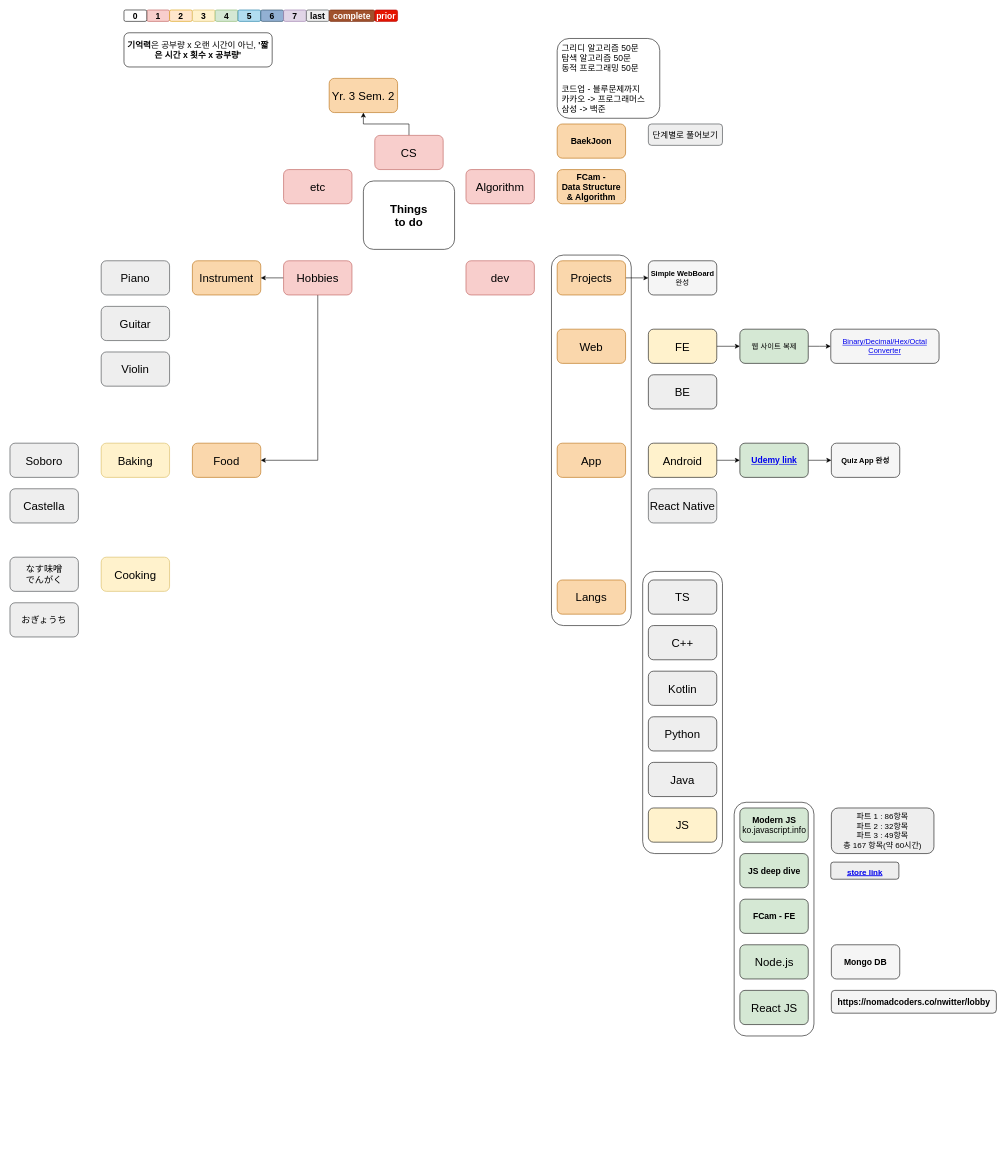
Before: page "Main" (1 of 2) of plan_mapping.drawio in Deanioche/Deanioche, a draw.io diagram. Source tidied: cells renumbered, new cells numbered last; positions are measured from the earlier drawing's top-left corner, leaving out a move shared by most shapes. Both pictures are drawn from the tidied source at 57%, with x=0, y=0 at pixel (10, 10).
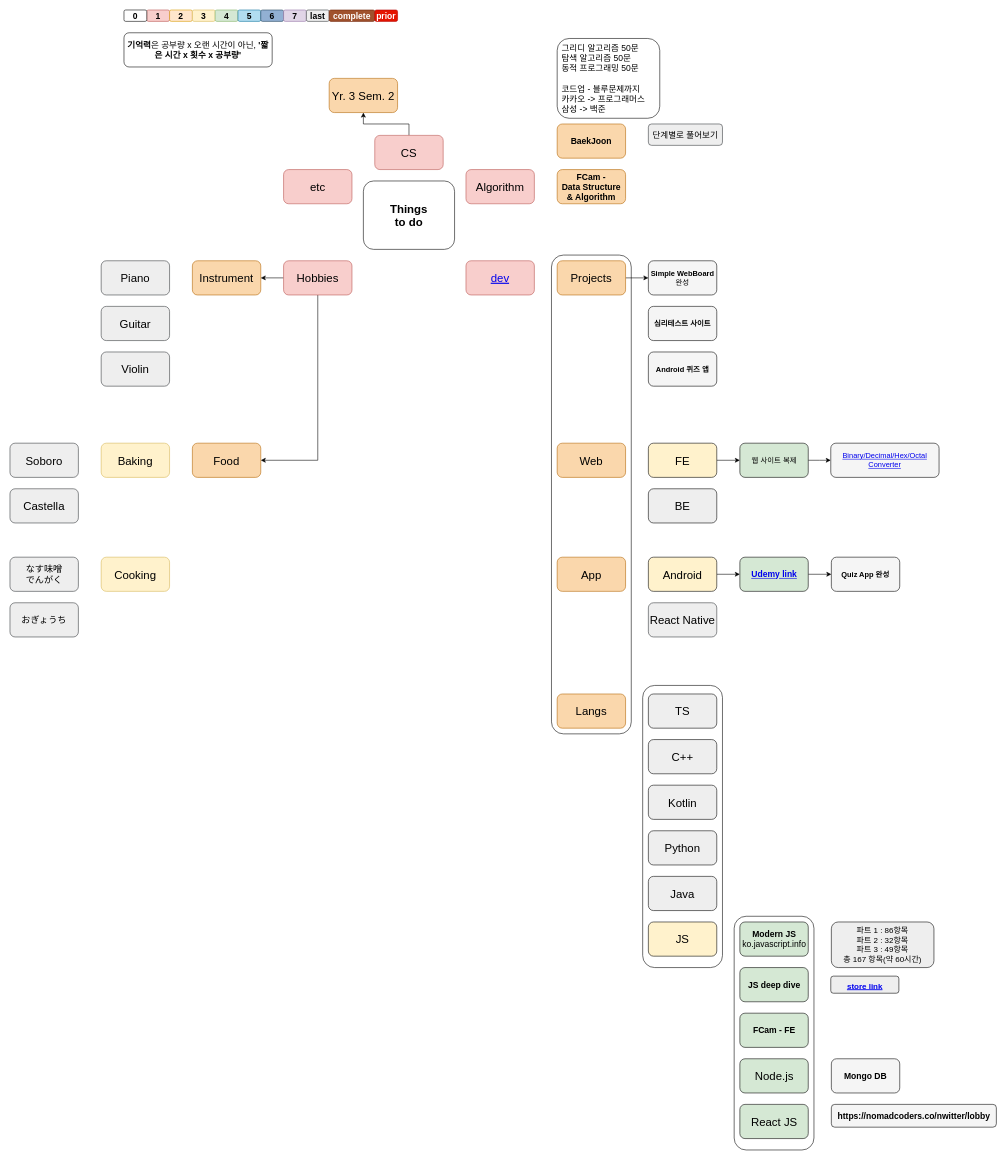
After the change.

Diff of the diagram source:
```diff
@@
     <mxCell id="2" style="rounded=1;whiteSpace=wrap;html=1;labelBackgroundColor=none;fontSize=14;align=center;fillColor=#FFFFFF70;strokeColor=default;fontColor=default;" parent="1" vertex="1">
-      <mxGeometry x="950" y="430" width="140" height="650" as="geometry" />
+      <mxGeometry x="950" y="430" width="140" height="840" as="geometry" />
     </mxCell>
     <mxCell id="3" style="rounded=1;whiteSpace=wrap;html=1;labelBackgroundColor=none;fontSize=14;align=center;fillColor=#FFFFFF70;strokeColor=default;fontColor=default;" parent="1" vertex="1">
-      <mxGeometry x="1270.5" y="1390" width="140" height="410" as="geometry" />
+      <mxGeometry x="1270.5" y="1590" width="140" height="410" as="geometry" />
     </mxCell>
     <mxCell id="4" style="rounded=1;whiteSpace=wrap;html=1;labelBackgroundColor=none;fontSize=14;align=center;fillColor=#FFFFFF70;strokeColor=default;fontColor=default;" parent="1" vertex="1">
-      <mxGeometry x="1110" y="985" width="140" height="495" as="geometry" />
+      <mxGeometry x="1110" y="1185" width="140" height="495" as="geometry" />
     </mxCell>
@@
-    <mxCell id="9" value="dev" style="rounded=1;whiteSpace=wrap;html=1;fontSize=20;fillColor=#f8cecc;strokeColor=#b85450;labelBackgroundColor=none;fontColor=default;" parent="1" vertex="1">
+    <mxCell id="9" value="&lt;a href=&quot;data:page/id,D0D2coKZfy0opmKFlSgS&quot;&gt;dev&lt;/a&gt;" style="rounded=1;whiteSpace=wrap;html=1;fontSize=20;fillColor=#f8cecc;strokeColor=#b85450;labelBackgroundColor=none;fontColor=default;" parent="1" vertex="1">
       <mxGeometry x="800" y="440" width="120" height="60" as="geometry" />
     </mxCell>
     <mxCell id="10" value="App" style="rounded=1;whiteSpace=wrap;html=1;fontSize=20;fillColor=#fad7ac;strokeColor=#b46504;labelBackgroundColor=none;fontColor=default;" parent="1" vertex="1">
-      <mxGeometry x="960" y="760" width="120" height="60" as="geometry" />
+      <mxGeometry x="960" y="960" width="120" height="60" as="geometry" />
     </mxCell>
@@
     <mxCell id="15" value="Web" style="rounded=1;whiteSpace=wrap;html=1;fontSize=20;fillColor=#fad7ac;strokeColor=#b46504;labelBackgroundColor=none;fontColor=default;" parent="1" vertex="1">
-      <mxGeometry x="960" y="560" width="120" height="60" as="geometry" />
+      <mxGeometry x="960" y="760" width="120" height="60" as="geometry" />
     </mxCell>
@@
     <mxCell id="21" value="JS" style="rounded=1;whiteSpace=wrap;html=1;fontSize=20;fillColor=#fff2cc;strokeColor=default;fontColor=default;labelBackgroundColor=none;" parent="1" vertex="1">
-      <mxGeometry x="1120" y="1400" width="120" height="60" as="geometry" />
+      <mxGeometry x="1120" y="1600" width="120" height="60" as="geometry" />
     </mxCell>
     <mxCell id="22" value="Python" style="rounded=1;whiteSpace=wrap;html=1;fontSize=20;fillColor=#eeeeee;strokeColor=default;fontColor=default;labelBackgroundColor=none;" parent="1" vertex="1">
-      <mxGeometry x="1120" y="1240" width="120" height="60" as="geometry" />
+      <mxGeometry x="1120" y="1440" width="120" height="60" as="geometry" />
     </mxCell>
     <mxCell id="23" value="Kotlin" style="rounded=1;whiteSpace=wrap;html=1;fontSize=20;fillColor=#eeeeee;strokeColor=default;fontColor=default;labelBackgroundColor=none;" parent="1" vertex="1">
-      <mxGeometry x="1120" y="1160" width="120" height="60" as="geometry" />
+      <mxGeometry x="1120" y="1360" width="120" height="60" as="geometry" />
     </mxCell>
     <mxCell id="24" value="TS" style="rounded=1;whiteSpace=wrap;html=1;fontSize=20;fillColor=#eeeeee;strokeColor=default;fontColor=default;labelBackgroundColor=none;" parent="1" vertex="1">
-      <mxGeometry x="1120" y="1000" width="120" height="60" as="geometry" />
+      <mxGeometry x="1120" y="1200" width="120" height="60" as="geometry" />
     </mxCell>
     <mxCell id="25" value="Java" style="rounded=1;whiteSpace=wrap;html=1;fontSize=20;fillColor=#eeeeee;strokeColor=default;fontColor=default;labelBackgroundColor=none;" parent="1" vertex="1">
-      <mxGeometry x="1120" y="1320" width="120" height="60" as="geometry" />
+      <mxGeometry x="1120" y="1520" width="120" height="60" as="geometry" />
     </mxCell>
     <mxCell id="26" value="C++" style="rounded=1;whiteSpace=wrap;html=1;fontSize=20;fillColor=#eeeeee;strokeColor=default;fontColor=default;labelBackgroundColor=none;" parent="1" vertex="1">
-      <mxGeometry x="1120" y="1080" width="120" height="60" as="geometry" />
+      <mxGeometry x="1120" y="1280" width="120" height="60" as="geometry" />
     </mxCell>
     <mxCell id="27" value="Langs" style="rounded=1;whiteSpace=wrap;html=1;fontSize=20;fillColor=#fad7ac;strokeColor=#b46504;labelBackgroundColor=none;fontColor=default;" parent="1" vertex="1">
-      <mxGeometry x="960" y="1000" width="120" height="60" as="geometry" />
+      <mxGeometry x="960" y="1200" width="120" height="60" as="geometry" />
     </mxCell>
@@
     <mxCell id="47" value="&lt;b&gt;Modern JS&lt;/b&gt;&lt;br style=&quot;font-size: 15px&quot;&gt;ko.javascript.info" style="rounded=1;whiteSpace=wrap;html=1;fontSize=15;strokeColor=default;fillColor=#d5e8d4;align=center;fontColor=default;labelBackgroundColor=none;" parent="1" vertex="1">
-      <mxGeometry x="1280.5" y="1400" width="120" height="60" as="geometry" />
+      <mxGeometry x="1280.5" y="1600" width="120" height="60" as="geometry" />
     </mxCell>
     <mxCell id="48" value="파트 1 : 86항목 &lt;br&gt;파트 2 : 32항목 &lt;br&gt;파트 3 : 49항목 &lt;br&gt;총 167 항목(약 60시간)" style="rounded=1;whiteSpace=wrap;html=1;fontSize=14;fillColor=#eeeeee;strokeColor=default;fontColor=default;labelBackgroundColor=none;" parent="1" vertex="1">
-      <mxGeometry x="1441" y="1400" width="180" height="80" as="geometry" />
+      <mxGeometry x="1441" y="1600" width="180" height="80" as="geometry" />
     </mxCell>
     <mxCell id="49" value="&lt;b&gt;JS deep dive&lt;/b&gt;" style="rounded=1;whiteSpace=wrap;html=1;fontSize=15;strokeColor=default;fillColor=#d5e8d4;align=center;fontColor=default;labelBackgroundColor=none;" parent="1" vertex="1">
-      <mxGeometry x="1280.5" y="1480" width="120" height="60" as="geometry" />
+      <mxGeometry x="1280.5" y="1680" width="120" height="60" as="geometry" />
     </mxCell>
     <mxCell id="50" value="&lt;div style=&quot;text-align: left&quot;&gt;&lt;span style=&quot;font-size: 14px&quot;&gt;&lt;a href=&quot;http://www.yes24.com/Product/Goods/92742567&quot;&gt;&lt;b&gt;&lt;u&gt;store link&lt;/u&gt;&lt;/b&gt;&lt;/a&gt;&lt;/span&gt;&lt;/div&gt;" style="rounded=1;whiteSpace=wrap;html=1;fontSize=20;fillColor=#eeeeee;strokeColor=default;fontColor=default;fontStyle=0;labelBackgroundColor=none;" parent="1" vertex="1">
-      <mxGeometry x="1440" y="1495" width="119.5" height="30" as="geometry" />
+      <mxGeometry x="1440" y="1695" width="119.5" height="30" as="geometry" />
     </mxCell>
     <mxCell id="51" value="&lt;b&gt;FCam - FE&lt;/b&gt;" style="rounded=1;whiteSpace=wrap;html=1;fontSize=15;strokeColor=default;fillColor=#d5e8d4;align=center;fontColor=default;labelBackgroundColor=none;" parent="1" vertex="1">
-      <mxGeometry x="1280.5" y="1560" width="120" height="60" as="geometry" />
+      <mxGeometry x="1280.5" y="1760" width="120" height="60" as="geometry" />
     </mxCell>
@@
     <mxCell id="53" value="Android" style="rounded=1;whiteSpace=wrap;html=1;fontSize=20;fillColor=#fff2cc;strokeColor=default;fontColor=default;labelBackgroundColor=none;" parent="1" vertex="1">
-      <mxGeometry x="1120" y="760" width="120" height="60" as="geometry" />
+      <mxGeometry x="1120" y="960" width="120" height="60" as="geometry" />
     </mxCell>
@@
     <mxCell id="55" value="FE" style="rounded=1;whiteSpace=wrap;html=1;fontSize=20;fillColor=#fff2cc;strokeColor=default;fontColor=default;labelBackgroundColor=none;" parent="1" vertex="1">
-      <mxGeometry x="1120" y="560" width="120" height="60" as="geometry" />
+      <mxGeometry x="1120" y="760" width="120" height="60" as="geometry" />
     </mxCell>
     <mxCell id="56" value="BE" style="rounded=1;whiteSpace=wrap;html=1;fontSize=20;fillColor=#eeeeee;strokeColor=default;fontColor=default;labelBackgroundColor=none;" parent="1" vertex="1">
-      <mxGeometry x="1120" y="640" width="120" height="60" as="geometry" />
+      <mxGeometry x="1120" y="840" width="120" height="60" as="geometry" />
     </mxCell>
@@
     <mxCell id="60" value="&lt;span style=&quot;font-size: 20px;&quot;&gt;Node.js&lt;/span&gt;" style="rounded=1;whiteSpace=wrap;html=1;labelBackgroundColor=none;fontSize=20;strokeColor=default;fillColor=#d5e8d4;align=center;fontColor=default;" parent="1" vertex="1">
-      <mxGeometry x="1280.5" y="1640" width="120" height="60" as="geometry" />
+      <mxGeometry x="1280.5" y="1840" width="120" height="60" as="geometry" />
     </mxCell>
@@
     <mxCell id="62" value="웹 사이트 복제" style="rounded=1;whiteSpace=wrap;html=1;labelBackgroundColor=none;fontSize=13;strokeColor=default;fillColor=#d5e8d4;align=center;fontColor=default;" parent="1" vertex="1">
-      <mxGeometry x="1280.5" y="560" width="120" height="60" as="geometry" />
+      <mxGeometry x="1280.5" y="760" width="120" height="60" as="geometry" />
     </mxCell>
     <mxCell id="63" value="&lt;a href=&quot;https://www.rapidtables.com/convert/number/hex-dec-bin-converter.html&quot;&gt;Binary/Decimal/Hex/Octal Converter&lt;/a&gt;" style="rounded=1;whiteSpace=wrap;html=1;labelBackgroundColor=none;fontSize=13;fontColor=default;strokeColor=default;fillColor=#f5f5f5;align=center;" parent="1" vertex="1">
-      <mxGeometry x="1440" y="560" width="190" height="60" as="geometry" />
+      <mxGeometry x="1440" y="760" width="190" height="60" as="geometry" />
     </mxCell>
     <mxCell id="64" value="&lt;b&gt;Mongo DB&lt;/b&gt;" style="rounded=1;whiteSpace=wrap;html=1;fontSize=15;strokeColor=default;fillColor=#f5f5f5;align=center;fontColor=default;labelBackgroundColor=none;" parent="1" vertex="1">
-      <mxGeometry x="1441" y="1640" width="120" height="60" as="geometry" />
+      <mxGeometry x="1441" y="1840" width="120" height="60" as="geometry" />
     </mxCell>
@@
     <mxCell id="66" value="&lt;a href=&quot;https://www.udemy.com/course/android-kotlin-developer/learn/lecture/17999093?start=1140#overview&quot;&gt;Udemy link&lt;/a&gt;" style="rounded=1;whiteSpace=wrap;html=1;fontSize=15;strokeColor=default;fillColor=#d5e8d4;align=center;fontStyle=1;fontColor=default;labelBackgroundColor=none;" parent="1" vertex="1">
-      <mxGeometry x="1280.5" y="760" width="120" height="60" as="geometry" />
+      <mxGeometry x="1280.5" y="960" width="120" height="60" as="geometry" />
     </mxCell>
     <mxCell id="67" value="React JS" style="rounded=1;whiteSpace=wrap;html=1;labelBackgroundColor=none;fontSize=20;strokeColor=default;fillColor=#d5e8d4;align=center;fontColor=default;" parent="1" vertex="1">
-      <mxGeometry x="1280.5" y="1720" width="120" height="60" as="geometry" />
+      <mxGeometry x="1280.5" y="1920" width="120" height="60" as="geometry" />
     </mxCell>
     <mxCell id="68" value="&lt;b&gt;https://nomadcoders.co/nwitter/lobby&lt;/b&gt;" style="rounded=1;whiteSpace=wrap;html=1;fontSize=15;strokeColor=default;fillColor=#f5f5f5;align=center;fontColor=default;labelBackgroundColor=none;" parent="1" vertex="1">
-      <mxGeometry x="1441" y="1720" width="289.5" height="40" as="geometry" />
+      <mxGeometry x="1441" y="1920" width="289.5" height="40" as="geometry" />
     </mxCell>
     <mxCell id="69" value="React Native" style="rounded=1;whiteSpace=wrap;html=1;fontSize=20;fillColor=#eeeeee;strokeColor=#36393d;labelBackgroundColor=none;fontColor=default;" parent="1" vertex="1">
-      <mxGeometry x="1120" y="840" width="120" height="60" as="geometry" />
+      <mxGeometry x="1120" y="1040" width="120" height="60" as="geometry" />
     </mxCell>
@@
     <mxCell id="71" value="&lt;b&gt;Quiz App 완성&lt;/b&gt;" style="rounded=1;whiteSpace=wrap;html=1;labelBackgroundColor=none;fontSize=13;fontColor=default;strokeColor=default;fillColor=#f5f5f5;align=center;" parent="1" vertex="1">
-      <mxGeometry x="1441" y="760" width="120" height="60" as="geometry" />
+      <mxGeometry x="1441" y="960" width="120" height="60" as="geometry" />
     </mxCell>
@@
+    <mxCell id="75" value="&lt;b&gt;심리테스트 사이트&lt;/b&gt;" style="rounded=1;whiteSpace=wrap;html=1;labelBackgroundColor=none;fontSize=13;fontColor=default;strokeColor=default;fillColor=#f5f5f5;align=center;" parent="1" vertex="1">
+      <mxGeometry x="1120" y="520" width="120" height="60" as="geometry" />
+    </mxCell>
+    <mxCell id="76" value="&lt;b&gt;Android 퀴즈 앱&lt;/b&gt;" style="rounded=1;whiteSpace=wrap;html=1;labelBackgroundColor=none;fontSize=13;fontColor=default;strokeColor=default;fillColor=#f5f5f5;align=center;" parent="1" vertex="1">
+      <mxGeometry x="1120" y="600" width="120" height="60" as="geometry" />
+    </mxCell>
```
